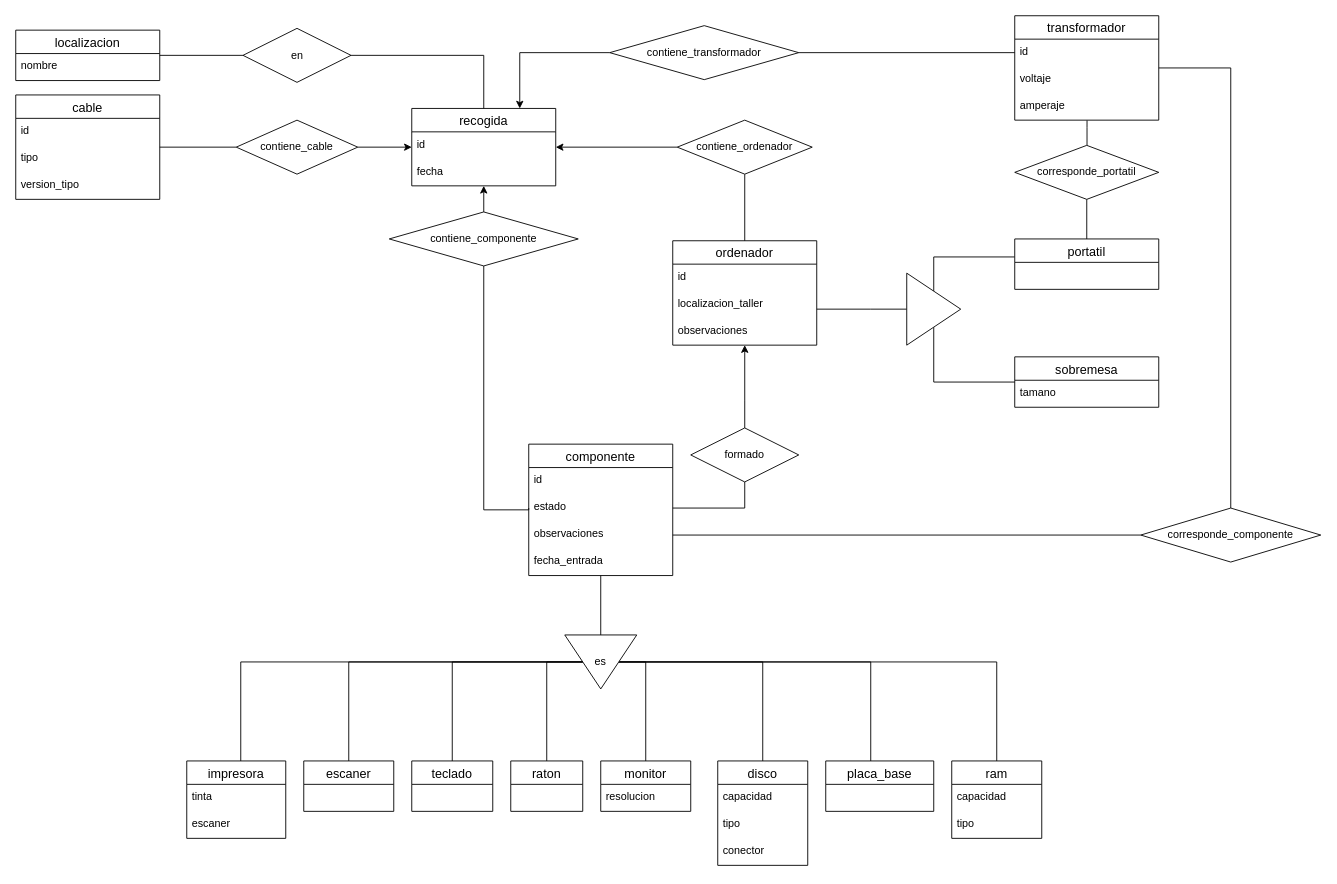
The draw.io diagram db/doc/er_bd.drawio in oslugr/gestion-de-inventario, before the edit. Source tidied: cells renumbered, new cells numbered last; positions are measured from the earlier drawing's top-left corner, leaving out a move shared by most shapes. Both pictures are drawn from the tidied source at 90%, with x=0, y=0 at pixel (15, 15).
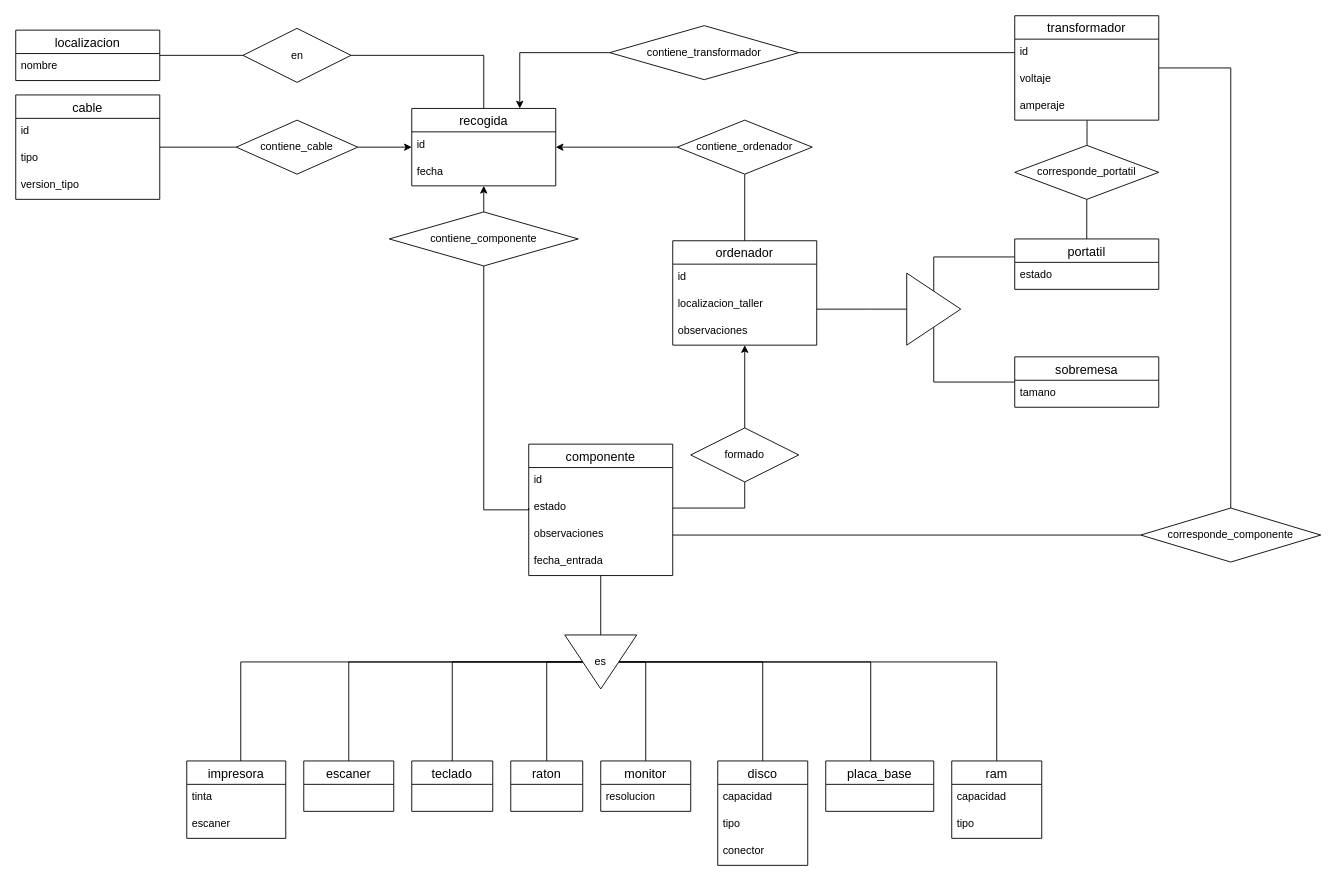
The same diagram, later.

The change refers to these unchanged cells:
```xml
<mxCell id="38" value="portatil" style="swimlane;fontStyle=0;horizontal=1;startSize=26;align=center;fontSize=14;" parent="1" vertex="1">
  <mxGeometry x="1110" y="248" width="160" height="56" as="geometry" />
</mxCell>
```

The edit, as a diff of the source:
```diff
@@
+    <mxCell id="81" value="estado" style="text;strokeColor=none;fillColor=none;spacingLeft=4;spacingRight=4;overflow=hidden;fontSize=12;" parent="38" vertex="1">
+      <mxGeometry y="26" width="160" height="30" as="geometry" />
+    </mxCell>
```
